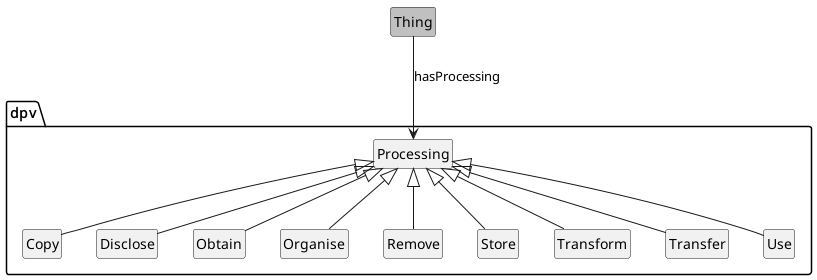
Before: media/processing.png, a diagram exported from PlantUML (jeswr/dpv).
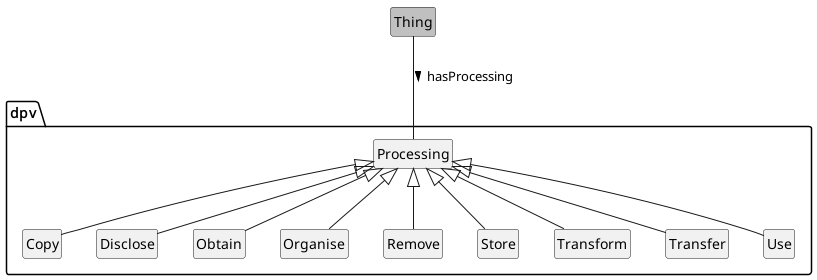
The same file after the commit.

Diff of the diagram source:
```diff
@@ -15,7 +15,7 @@
 	class Use
 }
 
-Thing --> Processing: hasProcessing
+Thing -- Processing: hasProcessing >
 
 Processing <|-- Copy
 Processing <|-- Disclose
```
